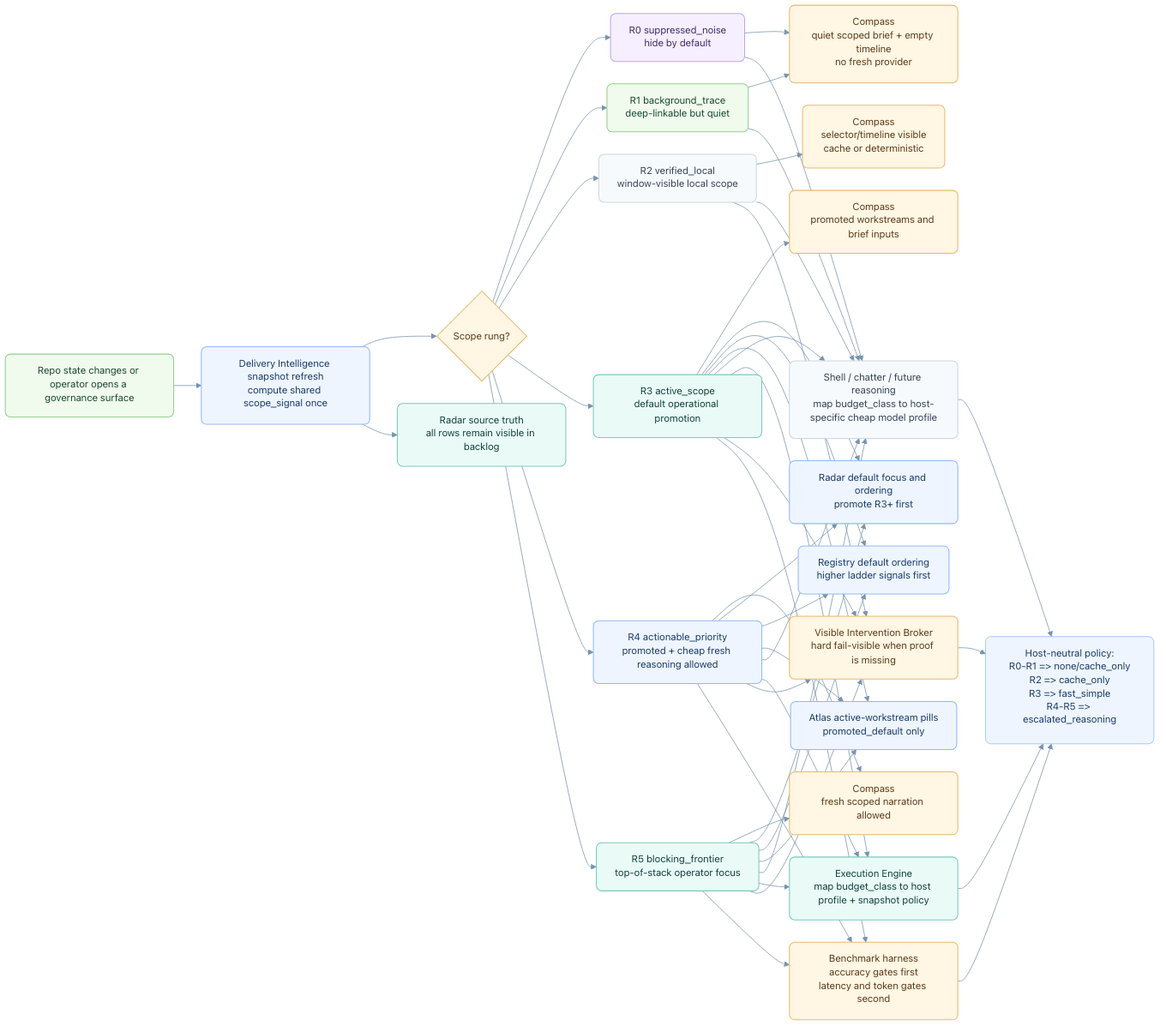
The Mermaid diagram odylith/atlas/source/odylith-governance-surface-focus-and-budget-gating-flow.png in odylith/odylith, before a commit. Its source is kept beside it as odylith/atlas/source/odylith-governance-surface-focus-and-budget-gating-flow.mmd.
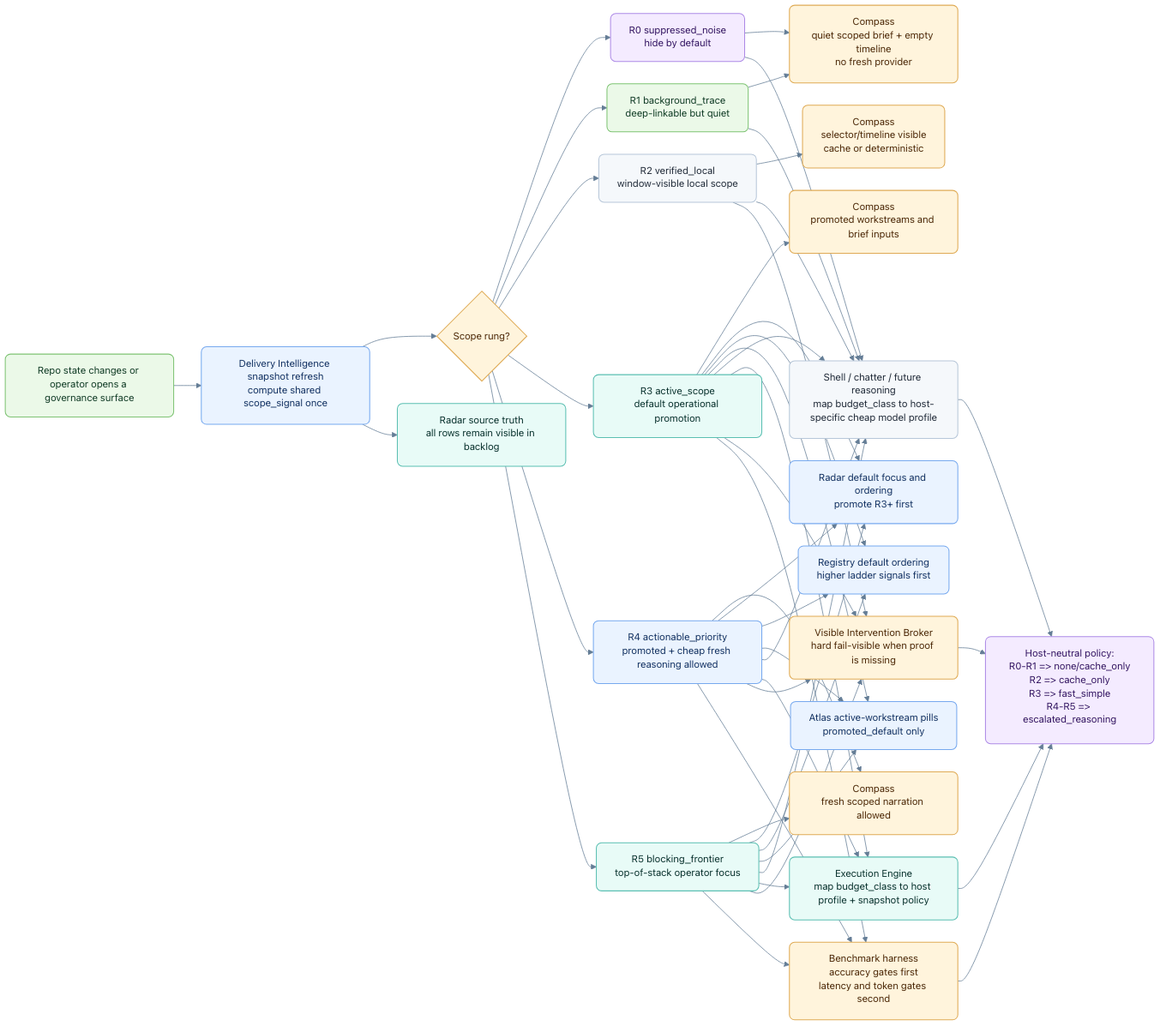
The same file after the commit.

The edit, as a diff of the source:
```diff
@@ -77,4 +77,4 @@
   VisibilityBroker --> Note
   BenchmarkBudget --> Note
 
-  classDef note fill:#eef5ff,stroke:#91b9f4,color:#183a68
+  classDef note fill:#eaf3ff,stroke:#77a9ef,color:#102f5f
```
